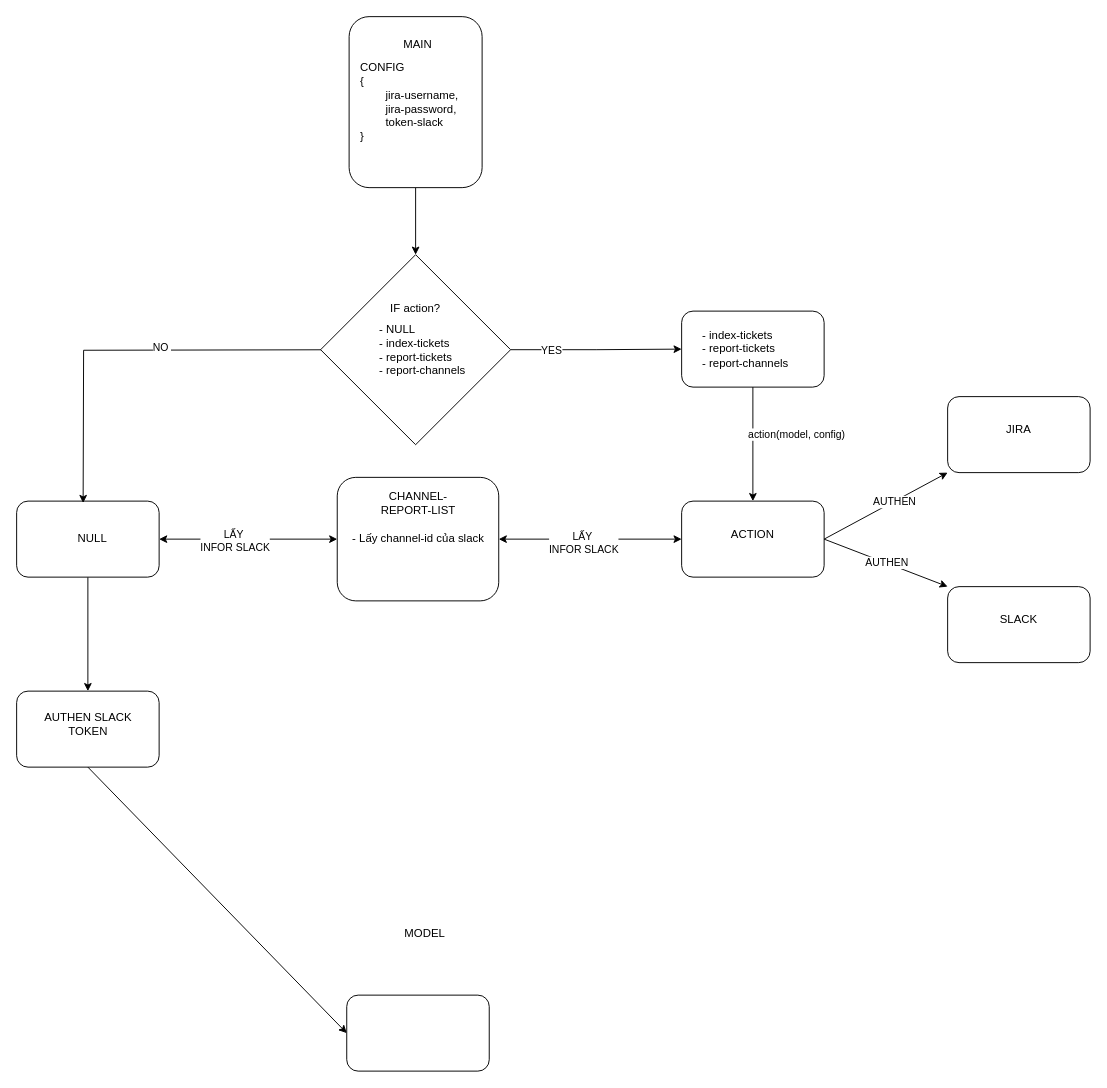
Before: Untitled Diagram.drawio in bluecrypt47/deployment-k8s, a draw.io diagram. Source tidied: cells renumbered, new cells numbered last; positions are measured from the earlier drawing's top-left corner, leaving out a move shared by most shapes. Both pictures are drawn from the tidied source at 95%, with x=0, y=0 at pixel (16, 16).
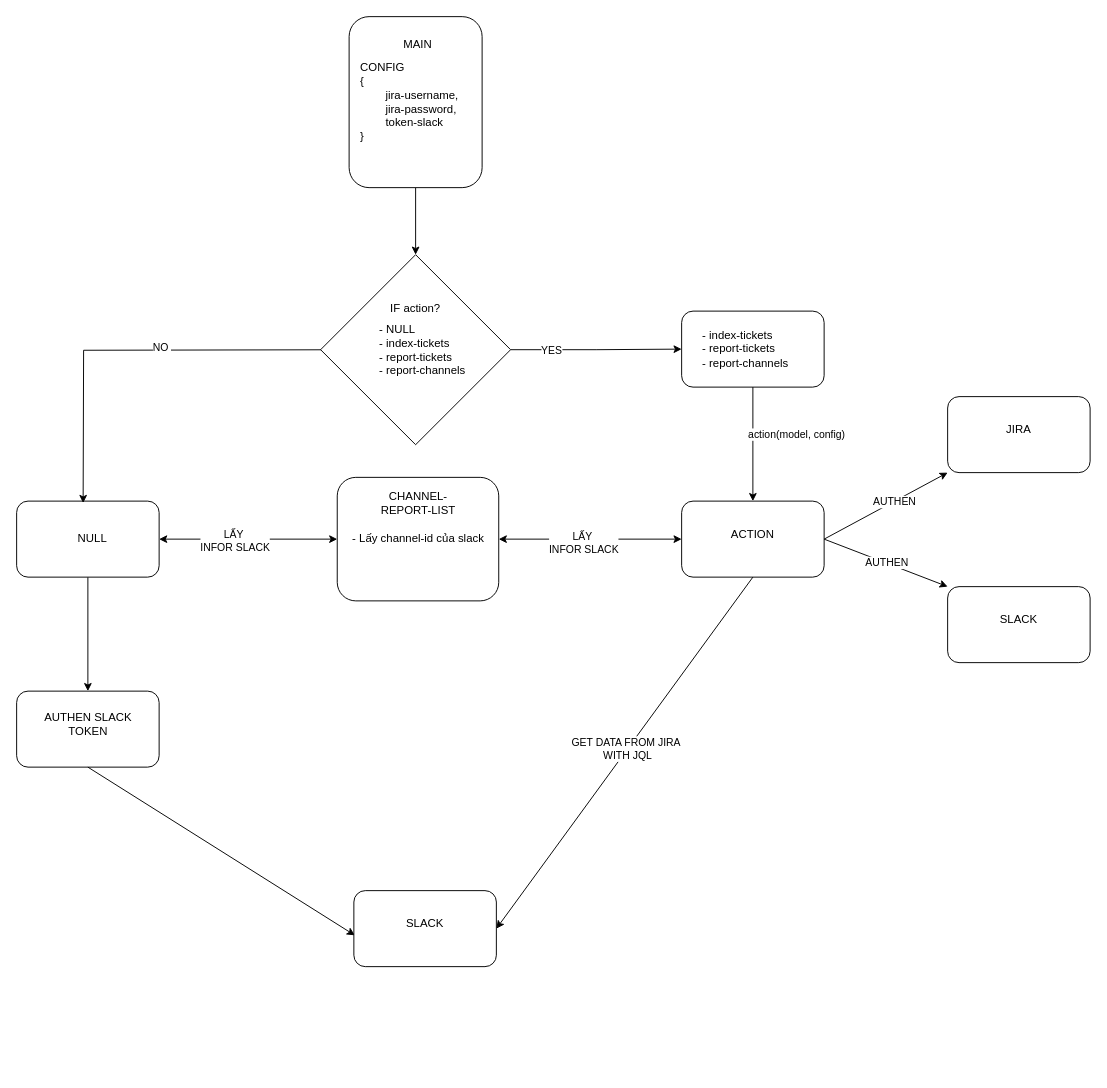
Above is the later version.

Unchanged cells that the change refers to:
```xml
<mxCell id="23" value="&lt;div style=&quot;&quot;&gt;&lt;br&gt;&lt;/div&gt;" style="rounded=1;whiteSpace=wrap;html=1;align=center;" parent="1" vertex="1">
  <mxGeometry y="710" width="150" height="80" as="geometry" />
</mxCell>
<mxCell id="29" value="&lt;div style=&quot;&quot;&gt;&lt;br&gt;&lt;/div&gt;" style="rounded=1;whiteSpace=wrap;html=1;align=center;" parent="1" vertex="1">
  <mxGeometry x="700" y="510" width="150" height="80" as="geometry" />
</mxCell>
```

What changed in the source:
```diff
@@
-    <mxCell id="8" value="&lt;div style=&quot;&quot;&gt;&lt;br&gt;&lt;/div&gt;" style="rounded=1;whiteSpace=wrap;html=1;align=center;" parent="1" vertex="1">
-      <mxGeometry x="347.5" y="1030" width="150" height="80" as="geometry" />
-    </mxCell>
-    <mxCell id="9" value="MODEL" style="text;html=1;align=center;verticalAlign=middle;whiteSpace=wrap;rounded=0;" parent="1" vertex="1">
-      <mxGeometry x="400" y="950" width="60" height="30" as="geometry" />
-    </mxCell>
@@
-    <mxCell id="33" style="endArrow=classic;html=1;rounded=0;entryX=0;entryY=0.5;entryDx=0;entryDy=0;exitX=0.5;exitY=1;exitDx=0;exitDy=0;" parent="1" edge="1" source="23" target="8">
+    <mxCell id="33" style="endArrow=classic;html=1;rounded=0;entryX=0.007;entryY=0.588;entryDx=0;entryDy=0;exitX=0.5;exitY=1;exitDx=0;exitDy=0;entryPerimeter=0;" parent="1" edge="1" source="23" target="42">
       <mxGeometry relative="1" as="geometry" />
     </mxCell>
@@
+    <mxCell id="42" value="&lt;div style=&quot;&quot;&gt;&lt;br&gt;&lt;/div&gt;" style="rounded=1;whiteSpace=wrap;html=1;align=center;" parent="1" vertex="1">
+      <mxGeometry x="355" y="920" width="150" height="80" as="geometry" />
+    </mxCell>
+    <mxCell id="43" value="SLACK" style="text;html=1;align=center;verticalAlign=middle;whiteSpace=wrap;rounded=0;" parent="1" vertex="1">
+      <mxGeometry x="400" y="940" width="60" height="30" as="geometry" />
+    </mxCell>
+    <mxCell id="44" style="endArrow=classic;html=1;rounded=0;entryX=1;entryY=0.5;entryDx=0;entryDy=0;exitX=0.5;exitY=1;exitDx=0;exitDy=0;" parent="1" edge="1" source="29" target="42">
+      <mxGeometry relative="1" as="geometry" />
+    </mxCell>
+    <mxCell id="45" value="GET DATA FROM JIRA&amp;nbsp;&lt;div&gt;WITH JQL&lt;/div&gt;" style="edgeLabel;html=1;align=center;verticalAlign=middle;" parent="44" vertex="1">
+      <mxGeometry x="-0.02" relative="1" as="geometry" />
+    </mxCell>
```
